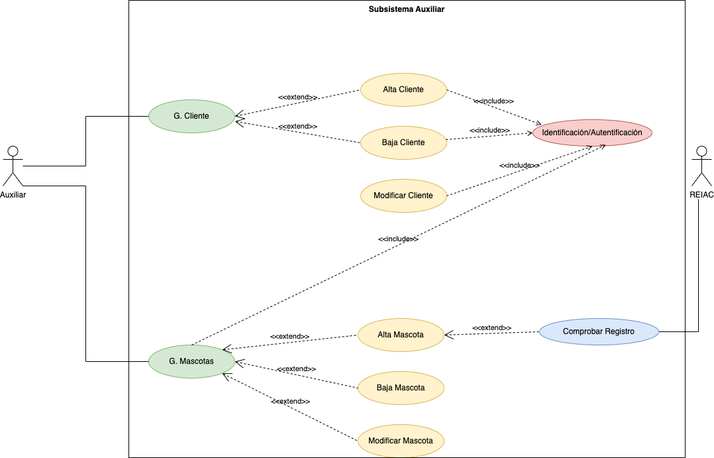
Earlier version of the draw.io export diagramas-comportamiento/diagramas-cu/tareas/tarea1/cu.drawio.png (jpexposito/ets). Source tidied: cells renumbered, new cells last; positions are measured from the earlier drawing's top-left corner, leaving out a move shared by most shapes.
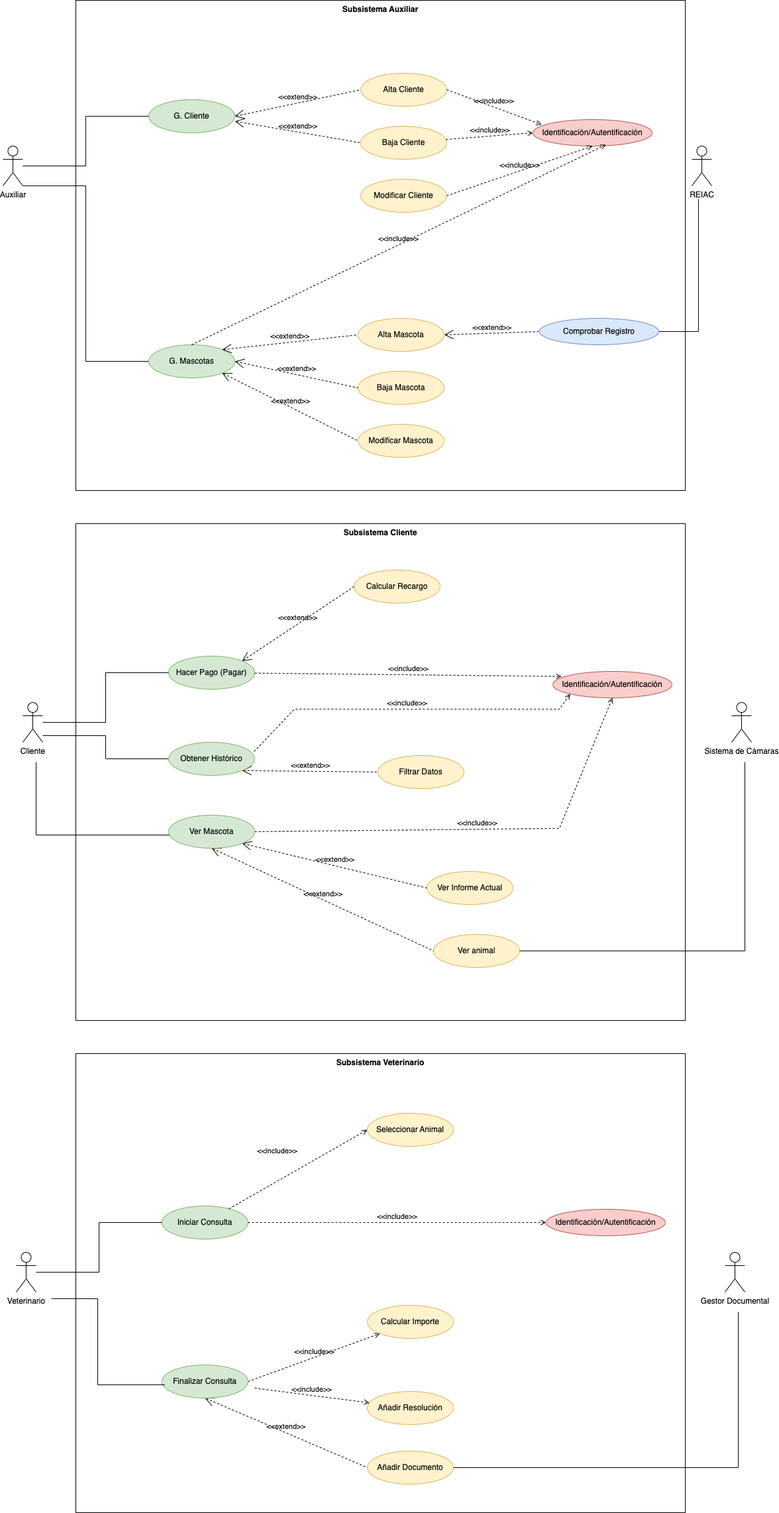
After the commit.

Commit message:
Se actualiza la solución del ejercicio cu.drawio.png

Change to the diagram source:
```diff
@@ -85,7 +85,165 @@
       <mxGeometry x="810" y="480" width="180" height="40" as="geometry" />
     </mxCell>
     <mxCell id="27" value="Subsistema Auxiliar" style="shape=rect;html=1;verticalAlign=top;fontStyle=1;whiteSpace=wrap;align=center;fillColor=none;" parent="1" vertex="1">
-      <mxGeometry x="190" width="840" height="690" as="geometry" />
+      <mxGeometry x="110" width="920" height="740" as="geometry" />
     </mxCell>
+    <mxCell id="28" value="Hacer Pago (Pagar)" style="ellipse;whiteSpace=wrap;html=1;fillColor=#d5e8d4;strokeColor=#82b366;" parent="1" vertex="1">
+      <mxGeometry x="250" y="990" width="130" height="50" as="geometry" />
+    </mxCell>
+    <mxCell id="29" style="edgeStyle=orthogonalEdgeStyle;rounded=0;jettySize=auto;html=1;entryX=0;entryY=0.5;entryDx=0;entryDy=0;endArrow=none;endFill=0;" parent="1" edge="1" source="31" target="28">
+      <mxGeometry relative="1" as="geometry" />
+    </mxCell>
+    <mxCell id="30" style="edgeStyle=orthogonalEdgeStyle;rounded=0;jettySize=auto;html=1;endArrow=none;endFill=0;" parent="1" edge="1" source="31" target="47">
+      <mxGeometry relative="1" as="geometry">
+        <Array as="points">
+          <mxPoint x="155" y="1110" />
+          <mxPoint x="155" y="1145" />
+        </Array>
+      </mxGeometry>
+    </mxCell>
+    <mxCell id="31" value="Cliente&lt;br&gt;" style="shape=umlActor;html=1;verticalLabelPosition=bottom;verticalAlign=top;align=center;" parent="1" vertex="1">
+      <mxGeometry x="30" y="1060" width="30" height="60" as="geometry" />
+    </mxCell>
+    <mxCell id="32" value="Sistema de Cámaras&lt;br&gt;" style="shape=umlActor;html=1;verticalLabelPosition=bottom;verticalAlign=top;align=center;" parent="1" vertex="1">
+      <mxGeometry x="1100" y="1060" width="30" height="60" as="geometry" />
+    </mxCell>
+    <mxCell id="33" value="Calcular Recargo" style="ellipse;whiteSpace=wrap;html=1;fillColor=#fff2cc;strokeColor=#d6b656;" parent="1" vertex="1">
+      <mxGeometry x="530" y="860" width="130" height="50" as="geometry" />
+    </mxCell>
+    <mxCell id="34" value="&amp;lt;&amp;lt;extend&amp;gt;&amp;gt;" style="edgeStyle=none;html=1;startArrow=open;endArrow=none;startSize=12;verticalAlign=bottom;dashed=1;labelBackgroundColor=none;rounded=0;entryX=0;entryY=0.5;entryDx=0;entryDy=0;exitX=1;exitY=0;exitDx=0;exitDy=0;" parent="1" edge="1" source="28" target="33">
+      <mxGeometry relative="1" as="geometry" />
+    </mxCell>
+    <mxCell id="35" value="Identificación/Autentificación" style="ellipse;whiteSpace=wrap;html=1;fillColor=#f8cecc;strokeColor=#b85450;" parent="1" vertex="1">
+      <mxGeometry x="830" y="1013" width="180" height="40" as="geometry" />
+    </mxCell>
+    <mxCell id="36" value="&amp;lt;&amp;lt;include&amp;gt;&amp;gt;" style="edgeStyle=none;html=1;endArrow=open;verticalAlign=bottom;dashed=1;labelBackgroundColor=none;rounded=0;entryX=0.5;entryY=1;entryDx=0;entryDy=0;exitX=1;exitY=0.5;exitDx=0;exitDy=0;" parent="1" edge="1" source="48" target="35">
+      <mxGeometry relative="1" as="geometry">
+        <Array as="points">
+          <mxPoint x="840" y="1250" />
+        </Array>
+      </mxGeometry>
+    </mxCell>
+    <mxCell id="37" value="&amp;lt;&amp;lt;include&amp;gt;&amp;gt;" style="edgeStyle=none;html=1;endArrow=open;verticalAlign=bottom;dashed=1;labelBackgroundColor=none;rounded=0;entryX=0;entryY=1;entryDx=0;entryDy=0;exitX=0.994;exitY=0.28;exitDx=0;exitDy=0;exitPerimeter=0;" parent="1" edge="1" source="47" target="35">
+      <mxGeometry relative="1" as="geometry">
+        <Array as="points">
+          <mxPoint x="440" y="1070" />
+          <mxPoint x="840" y="1070" />
+        </Array>
+      </mxGeometry>
+    </mxCell>
+    <mxCell id="38" value="&amp;lt;&amp;lt;include&amp;gt;&amp;gt;" style="edgeStyle=none;html=1;endArrow=open;verticalAlign=bottom;dashed=1;labelBackgroundColor=none;rounded=0;entryX=0.073;entryY=0.191;entryDx=0;entryDy=0;entryPerimeter=0;" parent="1" edge="1" source="28" target="35">
+      <mxGeometry relative="1" as="geometry" />
+    </mxCell>
+    <mxCell id="39" value="Filtrar Datos" style="ellipse;whiteSpace=wrap;html=1;fillColor=#fff2cc;strokeColor=#d6b656;" parent="1" vertex="1">
+      <mxGeometry x="566" y="1140" width="130" height="50" as="geometry" />
+    </mxCell>
+    <mxCell id="40" value="Ver Informe Actual" style="ellipse;whiteSpace=wrap;html=1;fillColor=#fff2cc;strokeColor=#d6b656;" parent="1" vertex="1">
+      <mxGeometry x="640" y="1315" width="130" height="50" as="geometry" />
+    </mxCell>
+    <mxCell id="41" value="Ver animal" style="ellipse;whiteSpace=wrap;html=1;fillColor=#fff2cc;strokeColor=#d6b656;" parent="1" vertex="1">
+      <mxGeometry x="650" y="1410" width="130" height="50" as="geometry" />
+    </mxCell>
+    <mxCell id="42" value="&amp;lt;&amp;lt;extend&amp;gt;&amp;gt;" style="edgeStyle=none;html=1;startArrow=open;endArrow=none;startSize=12;verticalAlign=bottom;dashed=1;labelBackgroundColor=none;rounded=0;exitX=1;exitY=1;exitDx=0;exitDy=0;entryX=0;entryY=0.5;entryDx=0;entryDy=0;" parent="1" edge="1" source="47" target="39">
+      <mxGeometry relative="1" as="geometry" />
+    </mxCell>
+    <mxCell id="43" value="&amp;lt;&amp;lt;extend&amp;gt;&amp;gt;" style="edgeStyle=none;html=1;startArrow=open;endArrow=none;startSize=12;verticalAlign=bottom;dashed=1;labelBackgroundColor=none;rounded=0;exitX=1;exitY=1;exitDx=0;exitDy=0;entryX=0;entryY=0.5;entryDx=0;entryDy=0;" parent="1" edge="1" source="48" target="40">
+      <mxGeometry relative="1" as="geometry" />
+    </mxCell>
+    <mxCell id="44" value="&amp;lt;&amp;lt;extend&amp;gt;&amp;gt;" style="edgeStyle=none;html=1;startArrow=open;endArrow=none;startSize=12;verticalAlign=bottom;dashed=1;labelBackgroundColor=none;rounded=0;exitX=0.5;exitY=1;exitDx=0;exitDy=0;entryX=0;entryY=0.5;entryDx=0;entryDy=0;" parent="1" edge="1" source="48" target="41">
+      <mxGeometry relative="1" as="geometry" />
+    </mxCell>
+    <mxCell id="45" style="edgeStyle=orthogonalEdgeStyle;rounded=0;jettySize=auto;html=1;endArrow=none;endFill=0;exitX=1;exitY=0.5;exitDx=0;exitDy=0;" parent="1" edge="1" source="41">
+      <mxGeometry relative="1" as="geometry">
+        <mxPoint x="1120" y="1150" as="targetPoint" />
+        <Array as="points">
+          <mxPoint x="1120" y="1435" />
+        </Array>
+      </mxGeometry>
+    </mxCell>
+    <mxCell id="46" value="Subsistema Cliente" style="shape=rect;html=1;verticalAlign=top;fontStyle=1;whiteSpace=wrap;align=center;fillColor=none;" parent="1" vertex="1">
+      <mxGeometry x="110" y="790" width="920" height="750" as="geometry" />
+    </mxCell>
+    <mxCell id="47" value="Obtener Histórico" style="ellipse;whiteSpace=wrap;html=1;fillColor=#d5e8d4;strokeColor=#82b366;" parent="1" vertex="1">
+      <mxGeometry x="250" y="1120" width="130" height="50" as="geometry" />
+    </mxCell>
+    <mxCell id="48" value="Ver Mascota" style="ellipse;whiteSpace=wrap;html=1;fillColor=#d5e8d4;strokeColor=#82b366;" parent="1" vertex="1">
+      <mxGeometry x="250" y="1230" width="130" height="50" as="geometry" />
+    </mxCell>
+    <mxCell id="49" style="edgeStyle=orthogonalEdgeStyle;rounded=0;jettySize=auto;html=1;endArrow=none;endFill=0;" parent="1" edge="1" target="48">
+      <mxGeometry relative="1" as="geometry">
+        <mxPoint x="50" y="1150" as="sourcePoint" />
+        <Array as="points">
+          <mxPoint x="50" y="1260" />
+        </Array>
+      </mxGeometry>
+    </mxCell>
+    <mxCell id="50" value="Iniciar Consulta" style="ellipse;whiteSpace=wrap;html=1;fillColor=#d5e8d4;strokeColor=#82b366;" parent="1" vertex="1">
+      <mxGeometry x="240" y="1820" width="130" height="50" as="geometry" />
+    </mxCell>
+    <mxCell id="51" style="edgeStyle=orthogonalEdgeStyle;rounded=0;jettySize=auto;html=1;entryX=0;entryY=0.5;entryDx=0;entryDy=0;endArrow=none;endFill=0;" parent="1" edge="1" source="52" target="50">
+      <mxGeometry relative="1" as="geometry" />
+    </mxCell>
+    <mxCell id="52" value="Veterinario" style="shape=umlActor;html=1;verticalLabelPosition=bottom;verticalAlign=top;align=center;" parent="1" vertex="1">
+      <mxGeometry x="20" y="1890" width="30" height="60" as="geometry" />
+    </mxCell>
+    <mxCell id="53" value="Gestor Documental" style="shape=umlActor;html=1;verticalLabelPosition=bottom;verticalAlign=top;align=center;" parent="1" vertex="1">
+      <mxGeometry x="1090" y="1890" width="30" height="60" as="geometry" />
+    </mxCell>
+    <mxCell id="54" value="Seleccionar Animal" style="ellipse;whiteSpace=wrap;html=1;fillColor=#fff2cc;strokeColor=#d6b656;" parent="1" vertex="1">
+      <mxGeometry x="550" y="1680" width="130" height="50" as="geometry" />
+    </mxCell>
+    <mxCell id="55" value="Identificación/Autentificación" style="ellipse;whiteSpace=wrap;html=1;fillColor=#f8cecc;strokeColor=#b85450;" parent="1" vertex="1">
+      <mxGeometry x="820" y="1825" width="180" height="40" as="geometry" />
+    </mxCell>
+    <mxCell id="56" value="&amp;lt;&amp;lt;include&amp;gt;&amp;gt;" style="edgeStyle=none;html=1;endArrow=open;verticalAlign=bottom;dashed=1;labelBackgroundColor=none;rounded=0;entryX=0;entryY=1;entryDx=0;entryDy=0;exitX=1;exitY=0.5;exitDx=0;exitDy=0;" parent="1" edge="1" source="64" target="58">
+      <mxGeometry relative="1" as="geometry" />
+    </mxCell>
+    <mxCell id="57" value="&amp;lt;&amp;lt;include&amp;gt;&amp;gt;" style="edgeStyle=none;html=1;endArrow=open;verticalAlign=bottom;dashed=1;labelBackgroundColor=none;rounded=0;entryX=0;entryY=0.5;entryDx=0;entryDy=0;" parent="1" edge="1" source="50" target="55">
+      <mxGeometry relative="1" as="geometry" />
+    </mxCell>
+    <mxCell id="58" value="Calcular Importe" style="ellipse;whiteSpace=wrap;html=1;fillColor=#fff2cc;strokeColor=#d6b656;" parent="1" vertex="1">
+      <mxGeometry x="550" y="1970" width="130" height="50" as="geometry" />
+    </mxCell>
+    <mxCell id="59" value="Añadir Resolución" style="ellipse;whiteSpace=wrap;html=1;fillColor=#fff2cc;strokeColor=#d6b656;" parent="1" vertex="1">
+      <mxGeometry x="550" y="2100" width="130" height="50" as="geometry" />
+    </mxCell>
+    <mxCell id="60" value="Añadir Documento" style="ellipse;whiteSpace=wrap;html=1;fillColor=#fff2cc;strokeColor=#d6b656;" parent="1" vertex="1">
+      <mxGeometry x="550" y="2190" width="130" height="50" as="geometry" />
+    </mxCell>
+    <mxCell id="61" value="&amp;lt;&amp;lt;extend&amp;gt;&amp;gt;" style="edgeStyle=none;html=1;startArrow=open;endArrow=none;startSize=12;verticalAlign=bottom;dashed=1;labelBackgroundColor=none;rounded=0;exitX=0.5;exitY=1;exitDx=0;exitDy=0;entryX=0;entryY=0.5;entryDx=0;entryDy=0;" parent="1" edge="1" source="64" target="60">
+      <mxGeometry relative="1" as="geometry" />
+    </mxCell>
+    <mxCell id="62" style="edgeStyle=orthogonalEdgeStyle;rounded=0;jettySize=auto;html=1;endArrow=none;endFill=0;exitX=1;exitY=0.5;exitDx=0;exitDy=0;" parent="1" edge="1" source="60">
+      <mxGeometry relative="1" as="geometry">
+        <mxPoint x="1110" y="1980" as="targetPoint" />
+        <Array as="points">
+          <mxPoint x="1110" y="2215" />
+        </Array>
+      </mxGeometry>
+    </mxCell>
+    <mxCell id="63" value="Subsistema Veterinario" style="shape=rect;html=1;verticalAlign=top;fontStyle=1;whiteSpace=wrap;align=center;fillColor=none;" parent="1" vertex="1">
+      <mxGeometry x="110" y="1590" width="920" height="693" as="geometry" />
+    </mxCell>
+    <mxCell id="64" value="Finalizar Consulta" style="ellipse;whiteSpace=wrap;html=1;fillColor=#d5e8d4;strokeColor=#82b366;" parent="1" vertex="1">
+      <mxGeometry x="240" y="2060" width="130" height="50" as="geometry" />
+    </mxCell>
+    <mxCell id="65" style="edgeStyle=orthogonalEdgeStyle;rounded=0;orthogonalLoop=1;jettySize=auto;html=1;endArrow=none;endFill=0;" parent="1" edge="1">
+      <mxGeometry relative="1" as="geometry">
+        <mxPoint x="73" y="1960" as="sourcePoint" />
+        <mxPoint x="244.3" y="2090" as="targetPoint" />
+        <Array as="points">
+          <mxPoint x="143" y="1960" />
+          <mxPoint x="143" y="2090" />
+        </Array>
+      </mxGeometry>
+    </mxCell>
+    <mxCell id="66" value="&amp;lt;&amp;lt;include&amp;gt;&amp;gt;" style="edgeStyle=none;html=1;endArrow=open;verticalAlign=bottom;dashed=1;labelBackgroundColor=none;rounded=0;entryX=0;entryY=0.5;entryDx=0;entryDy=0;" parent="1" edge="1" source="50" target="54">
+      <mxGeometry x="-0.15" y="32" relative="1" as="geometry" />
+    </mxCell>
+    <mxCell id="67" value="&amp;lt;&amp;lt;include&amp;gt;&amp;gt;" style="edgeStyle=none;html=1;endArrow=open;verticalAlign=bottom;dashed=1;labelBackgroundColor=none;rounded=0;exitX=1;exitY=0.5;exitDx=0;exitDy=0;" parent="1" edge="1" target="59">
+      <mxGeometry relative="1" as="geometry">
+        <mxPoint x="380" y="2095" as="sourcePoint" />
+      </mxGeometry>
+    </mxCell>
   </root>
 </mxGraphModel>
```
